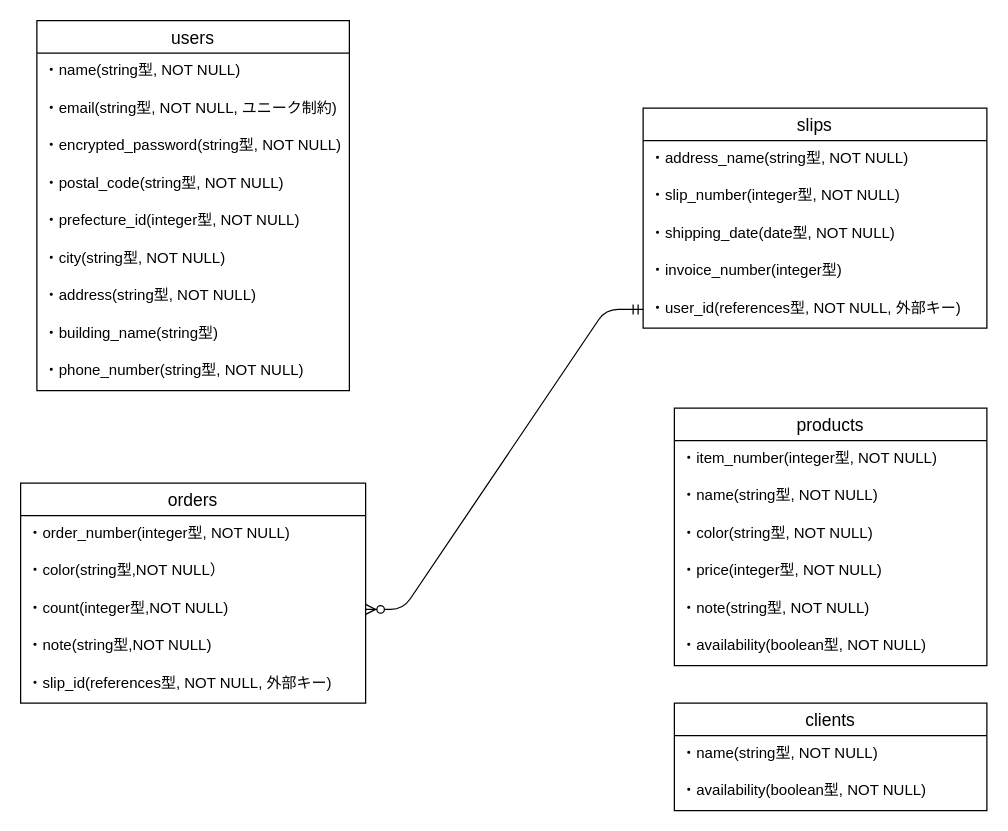
The draw.io diagram easy_slips.dio in hiddy0329/easy_slips, before the edit. Source tidied: cells renumbered, new cells numbered last; positions are measured from the earlier drawing's top-left corner, leaving out a move shared by most shapes. Both pictures are drawn from the tidied source at 125%, with x=0, y=0 at pixel (20, 20).
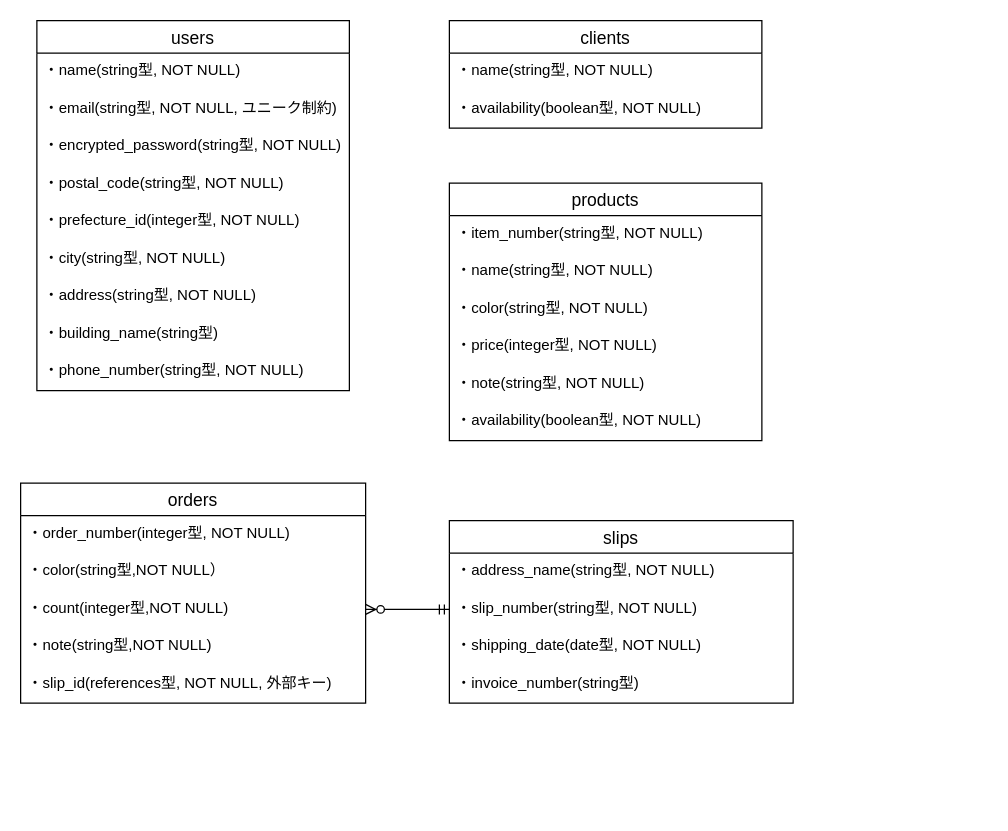
After the change.

The change refers to these unchanged cells:
```xml
<mxCell id="31" value="・count(integer型,NOT NULL)" style="text;strokeColor=none;fillColor=none;spacingLeft=4;spacingRight=4;overflow=hidden;points=[[0,0.5],[1,0.5]];portConstraint=eastwest;fontSize=12;" parent="28" vertex="1">
  <mxGeometry y="86" width="276" height="30" as="geometry" />
</mxCell>
```

The edit, as a diff of the source:
```diff
@@
     <mxCell id="12" value="clients" style="swimlane;fontStyle=0;horizontal=1;startSize=26;align=center;fontSize=14;" parent="1" vertex="1">
-      <mxGeometry x="523" y="546" width="250" height="86" as="geometry" />
+      <mxGeometry x="343" width="250" height="86" as="geometry" />
     </mxCell>
@@
     <mxCell id="15" value="products" style="swimlane;fontStyle=0;horizontal=1;startSize=26;align=center;fontSize=14;" parent="1" vertex="1">
-      <mxGeometry x="523" y="310" width="250" height="206" as="geometry" />
+      <mxGeometry x="343" y="130" width="250" height="206" as="geometry" />
     </mxCell>
-    <mxCell id="16" value="・item_number(integer型, NOT NULL)" style="text;strokeColor=none;fillColor=none;spacingLeft=4;spacingRight=4;overflow=hidden;fontSize=12;" parent="15" vertex="1">
+    <mxCell id="16" value="・item_number(string型, NOT NULL)" style="text;strokeColor=none;fillColor=none;spacingLeft=4;spacingRight=4;overflow=hidden;fontSize=12;" parent="15" vertex="1">
       <mxGeometry y="26" width="250" height="30" as="geometry" />
     </mxCell>
@@
     <mxCell id="22" value="slips" style="swimlane;fontStyle=0;horizontal=1;startSize=26;align=center;fontSize=14;" parent="1" vertex="1">
-      <mxGeometry x="498" y="70" width="275" height="176" as="geometry" />
+      <mxGeometry x="343" y="400" width="275" height="146" as="geometry" />
     </mxCell>
@@
-    <mxCell id="24" value="・slip_number(integer型, NOT NULL)" style="text;strokeColor=none;fillColor=none;spacingLeft=4;spacingRight=4;overflow=hidden;points=[[0,0.5],[1,0.5]];portConstraint=eastwest;fontSize=12;" parent="22" vertex="1">
+    <mxCell id="24" value="・slip_number(string型, NOT NULL)" style="text;strokeColor=none;fillColor=none;spacingLeft=4;spacingRight=4;overflow=hidden;points=[[0,0.5],[1,0.5]];portConstraint=eastwest;fontSize=12;" parent="22" vertex="1">
       <mxGeometry y="56" width="275" height="30" as="geometry" />
     </mxCell>
@@
-    <mxCell id="26" value="・invoice_number(integer型)" style="text;strokeColor=none;fillColor=none;spacingLeft=4;spacingRight=4;overflow=hidden;fontSize=12;" parent="22" vertex="1">
+    <mxCell id="26" value="・invoice_number(string型)" style="text;strokeColor=none;fillColor=none;spacingLeft=4;spacingRight=4;overflow=hidden;fontSize=12;" parent="22" vertex="1">
       <mxGeometry y="116" width="275" height="30" as="geometry" />
     </mxCell>
-    <mxCell id="27" value="・user_id(references型, NOT NULL, 外部キー)" style="text;strokeColor=none;fillColor=none;spacingLeft=4;spacingRight=4;overflow=hidden;points=[[0,0.5],[1,0.5]];portConstraint=eastwest;fontSize=12;" parent="22" vertex="1">
-      <mxGeometry y="146" width="275" height="30" as="geometry" />
-    </mxCell>
@@
-    <mxCell id="34" style="edgeStyle=entityRelationEdgeStyle;fontSize=12;html=1;endArrow=ERzeroToMany;startArrow=ERmandOne;entryX=1;entryY=0.5;entryDx=0;entryDy=0;exitX=0;exitY=0.5;exitDx=0;exitDy=0;" parent="1" edge="1" source="27" target="31">
+    <mxCell id="34" style="edgeStyle=entityRelationEdgeStyle;fontSize=12;html=1;endArrow=ERzeroToMany;startArrow=ERmandOne;entryX=1;entryY=0.5;entryDx=0;entryDy=0;exitX=0;exitY=0.5;exitDx=0;exitDy=0;" parent="1" edge="1" source="24" target="31">
       <mxGeometry relative="1" as="geometry" />
     </mxCell>
```
